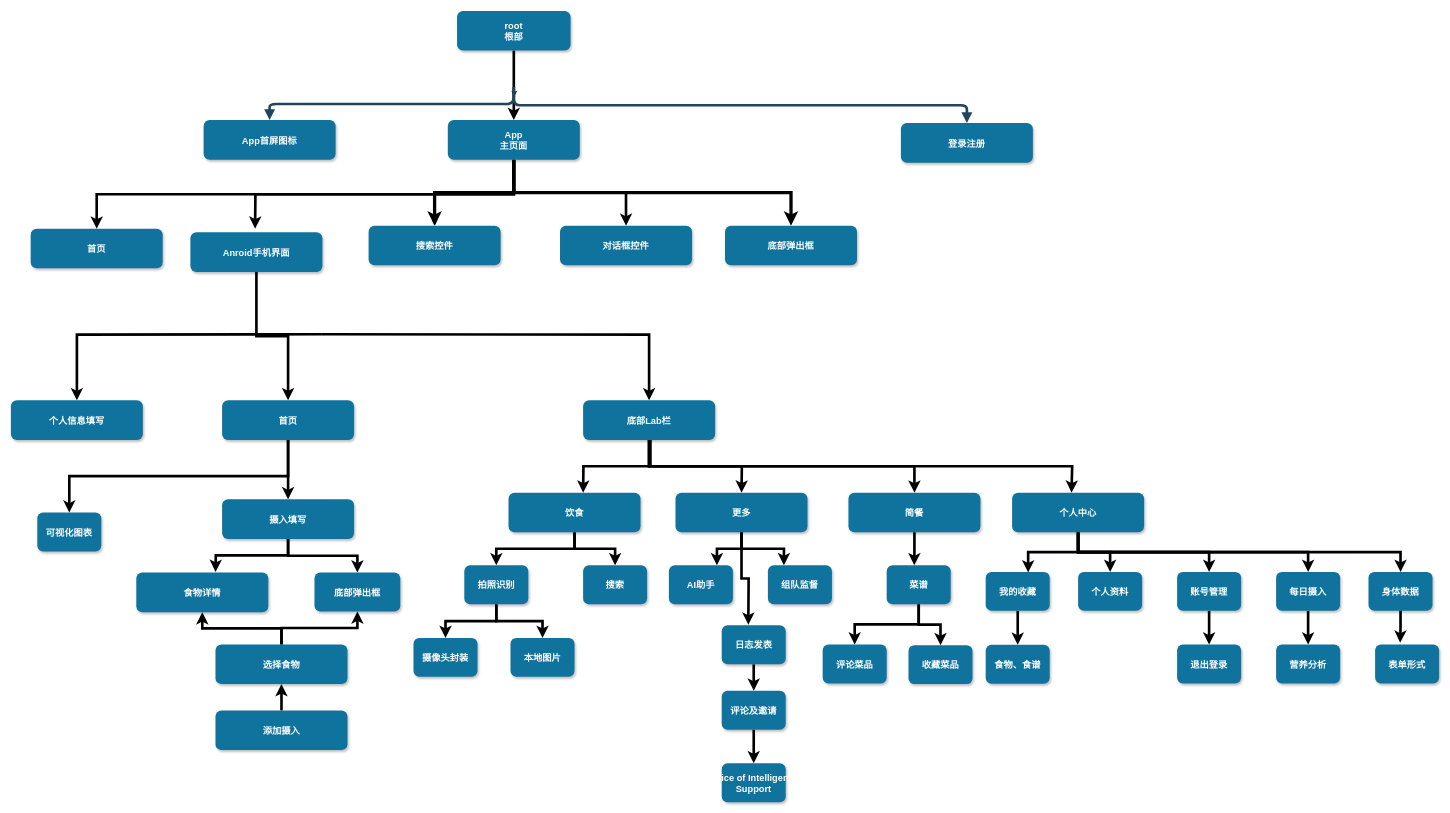
Above: 前端架构.drawio in wangXingRunning/wangXingRunning.github.io (draw.io), before the change. Source tidied: cells renumbered, new cells numbered last; positions are measured from the earlier drawing's top-left corner, leaving out a move shared by most shapes. Both pictures are drawn from the tidied source at 66%, with x=0, y=0 at pixel (11, 11).
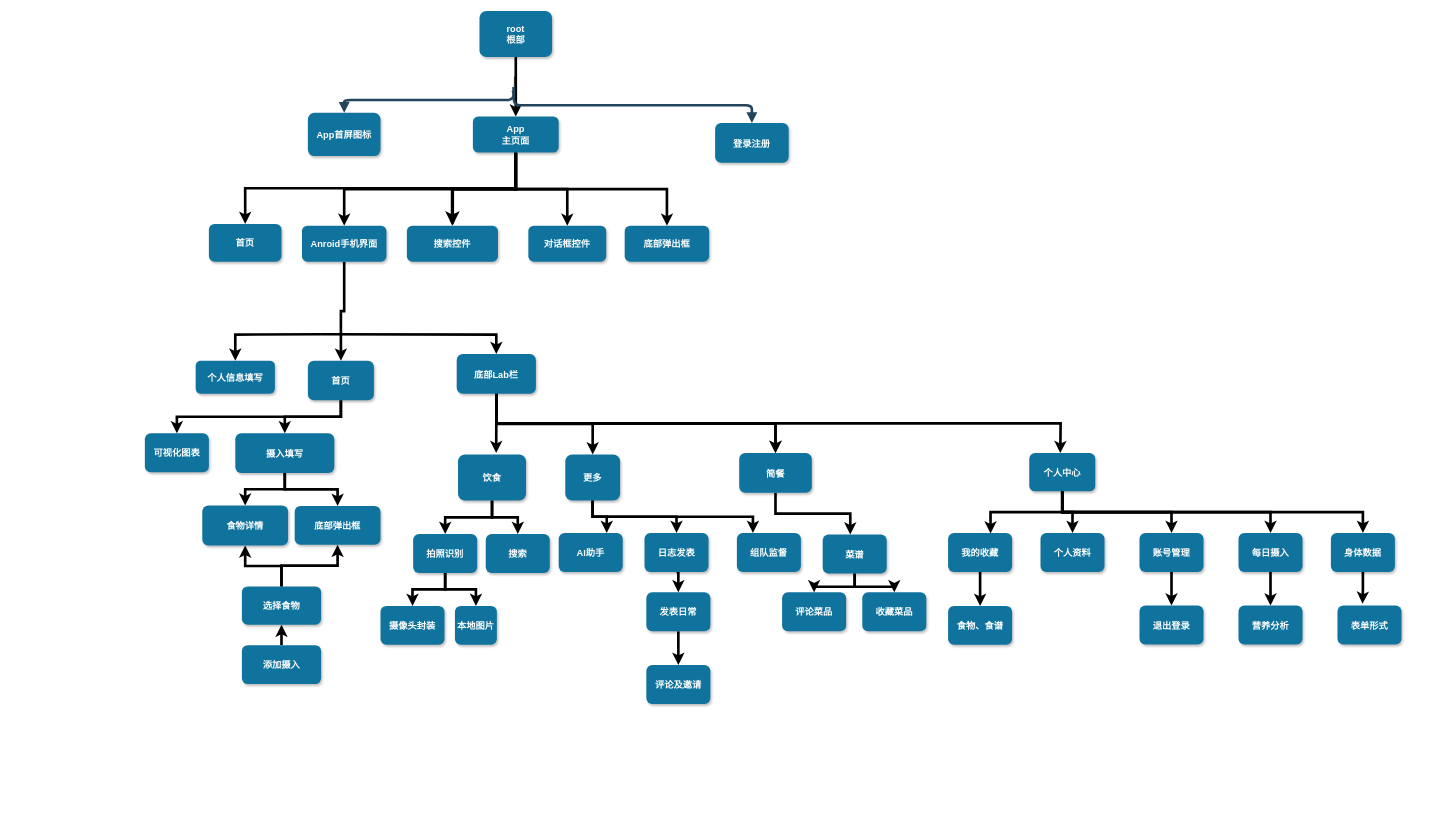
The same page after the edit.

Commit message (it also covers changes not shown here):
更新前端架构.drawio

The edit, as a diff of the source:
```diff
@@
     <mxCell id="4" value="root&#10;根部" style="rounded=1;fillColor=#10739E;strokeColor=none;shadow=1;gradientColor=none;fontStyle=1;fontColor=#FFFFFF;fontSize=14;" parent="1" vertex="1">
-      <mxGeometry x="676" width="172" height="60" as="geometry" />
+      <mxGeometry x="710" width="110" height="70" as="geometry" />
     </mxCell>
     <mxCell id="5" value="App首屏图标" style="rounded=1;fillColor=#10739E;strokeColor=none;shadow=1;gradientColor=none;fontStyle=1;fontColor=#FFFFFF;fontSize=14;" parent="1" vertex="1">
-      <mxGeometry x="292" y="165.5" width="200" height="60" as="geometry" />
+      <mxGeometry x="450" y="154.5" width="110" height="65.5" as="geometry" />
     </mxCell>
-    <mxCell id="6" style="edgeStyle=orthogonalEdgeStyle;rounded=0;jettySize=auto;html=1;exitX=0.5;exitY=1;exitDx=0;exitDy=0;strokeWidth=4;" parent="1" edge="1" source="12">
-      <mxGeometry relative="1" as="geometry">
-        <mxPoint x="370" y="330" as="targetPoint" />
-      </mxGeometry>
-    </mxCell>
@@
-    <mxCell id="8" style="edgeStyle=orthogonalEdgeStyle;rounded=0;jettySize=auto;html=1;exitX=0.5;exitY=1;exitDx=0;exitDy=0;entryX=0.5;entryY=0;entryDx=0;entryDy=0;strokeWidth=5;" parent="1" edge="1" source="12" target="20">
+    <mxCell id="8" style="edgeStyle=orthogonalEdgeStyle;rounded=0;jettySize=auto;html=1;exitX=0.5;exitY=1;exitDx=0;exitDy=0;entryX=0.5;entryY=0;entryDx=0;entryDy=0;strokeWidth=4;" parent="1" edge="1" source="12" target="20">
       <mxGeometry relative="1" as="geometry" />
     </mxCell>
@@
+    <mxCell id="93" style="edgeStyle=orthogonalEdgeStyle;rounded=0;jettySize=auto;html=1;exitX=0.5;exitY=1;exitDx=0;exitDy=0;entryX=0.5;entryY=0;entryDx=0;entryDy=0;strokeWidth=4;" parent="1" edge="1" source="12" target="15">
+      <mxGeometry relative="1" as="geometry" />
+    </mxCell>
     <mxCell id="12" value="App&#10;主页面" style="rounded=1;fillColor=#10739E;strokeColor=none;shadow=1;gradientColor=none;fontStyle=1;fontColor=#FFFFFF;fontSize=14;" parent="1" vertex="1">
-      <mxGeometry x="662" y="165.5" width="200" height="60" as="geometry" />
+      <mxGeometry x="700" y="160" width="130" height="54.5" as="geometry" />
     </mxCell>
     <mxCell id="13" value="登录注册" style="rounded=1;fillColor=#10739E;strokeColor=none;shadow=1;gradientColor=none;fontStyle=1;fontColor=#FFFFFF;fontSize=14;" parent="1" vertex="1">
-      <mxGeometry x="1348.5" y="170" width="200" height="60" as="geometry" />
+      <mxGeometry x="1067" y="170" width="111.5" height="60" as="geometry" />
     </mxCell>
@@
     <mxCell id="15" value="Anroid手机界面" style="rounded=1;fillColor=#10739E;strokeColor=none;shadow=1;gradientColor=none;fontStyle=1;fontColor=#FFFFFF;fontSize=14;" parent="1" vertex="1">
-      <mxGeometry x="272" y="335.5" width="200" height="60" as="geometry" />
+      <mxGeometry x="441" y="325.5" width="128" height="54.5" as="geometry" />
     </mxCell>
@@
     <mxCell id="18" value="搜索控件" style="rounded=1;fillColor=#10739E;strokeColor=none;shadow=1;gradientColor=none;fontStyle=1;fontColor=#FFFFFF;fontSize=14;" parent="1" vertex="1">
-      <mxGeometry x="542" y="325.5" width="200" height="60" as="geometry" />
+      <mxGeometry x="600" y="325.5" width="138" height="54.5" as="geometry" />
     </mxCell>
     <mxCell id="19" value="对话框控件" style="rounded=1;fillColor=#10739E;strokeColor=none;shadow=1;gradientColor=none;fontStyle=1;fontColor=#FFFFFF;fontSize=14;" parent="1" vertex="1">
-      <mxGeometry x="832" y="325.5" width="200" height="60" as="geometry" />
+      <mxGeometry x="784" y="325.5" width="118" height="54.5" as="geometry" />
     </mxCell>
     <mxCell id="20" value="底部弹出框" style="rounded=1;fillColor=#10739E;strokeColor=none;shadow=1;gradientColor=none;fontStyle=1;fontColor=#FFFFFF;fontSize=14;" parent="1" vertex="1">
-      <mxGeometry x="1082" y="325.5" width="200" height="60" as="geometry" />
+      <mxGeometry x="930" y="325.5" width="128" height="54.5" as="geometry" />
     </mxCell>
@@
     <mxCell id="23" value="首页" style="rounded=1;fillColor=#10739E;strokeColor=none;shadow=1;gradientColor=none;fontStyle=1;fontColor=#FFFFFF;fontSize=14;" parent="1" vertex="1">
-      <mxGeometry x="30" y="330" width="200" height="60" as="geometry" />
+      <mxGeometry x="300" y="322.8" width="110" height="57.2" as="geometry" />
     </mxCell>
     <mxCell id="24" value="个人信息填写" style="rounded=1;fillColor=#10739E;strokeColor=none;shadow=1;gradientColor=none;fontStyle=1;fontColor=#FFFFFF;fontSize=14;" parent="1" vertex="1">
-      <mxGeometry y="590" width="200" height="60" as="geometry" />
+      <mxGeometry x="280" y="530" width="120" height="50" as="geometry" />
     </mxCell>
@@
     <mxCell id="27" value="首页" style="rounded=1;fillColor=#10739E;strokeColor=none;shadow=1;gradientColor=none;fontStyle=1;fontColor=#FFFFFF;fontSize=14;" parent="1" vertex="1">
-      <mxGeometry x="320" y="590" width="200" height="60" as="geometry" />
+      <mxGeometry x="450" y="530" width="100" height="60" as="geometry" />
     </mxCell>
@@
-    <mxCell id="29" style="edgeStyle=orthogonalEdgeStyle;rounded=0;jettySize=auto;html=1;exitX=0.5;exitY=1;exitDx=0;exitDy=0;strokeWidth=4;" parent="1" edge="1" source="30">
-      <mxGeometry relative="1" as="geometry">
-        <mxPoint x="310" y="850" as="targetPoint" />
-      </mxGeometry>
+    <mxCell id="29" style="edgeStyle=orthogonalEdgeStyle;rounded=0;jettySize=auto;html=1;exitX=0.5;exitY=1;exitDx=0;exitDy=0;strokeWidth=4;entryX=0.5;entryY=0;entryDx=0;entryDy=0;" parent="1" edge="1" source="30" target="31">
+      <mxGeometry relative="1" as="geometry" />
     </mxCell>
     <mxCell id="30" value="摄入填写" style="rounded=1;fillColor=#10739E;strokeColor=none;shadow=1;gradientColor=none;fontStyle=1;fontColor=#FFFFFF;fontSize=14;" parent="1" vertex="1">
-      <mxGeometry x="320" y="740" width="200" height="60" as="geometry" />
+      <mxGeometry x="340" y="640" width="150" height="60" as="geometry" />
     </mxCell>
     <mxCell id="31" value="食物详情" style="rounded=1;fillColor=#10739E;strokeColor=none;shadow=1;gradientColor=none;fontStyle=1;fontColor=#FFFFFF;fontSize=14;" parent="1" vertex="1">
-      <mxGeometry x="190" y="851" width="200" height="60" as="geometry" />
+      <mxGeometry x="290" y="749.5" width="130" height="60.5" as="geometry" />
     </mxCell>
     <mxCell id="32" value="底部弹出框" style="rounded=1;fillColor=#10739E;strokeColor=none;shadow=1;gradientColor=none;fontStyle=1;fontColor=#FFFFFF;fontSize=14;" parent="1" vertex="1">
-      <mxGeometry x="460" y="851" width="130" height="59" as="geometry" />
+      <mxGeometry x="430" y="750" width="130" height="59" as="geometry" />
     </mxCell>
@@
     <mxCell id="34" value="添加摄入" style="rounded=1;fillColor=#10739E;strokeColor=none;shadow=1;gradientColor=none;fontStyle=1;fontColor=#FFFFFF;fontSize=14;" parent="1" vertex="1">
-      <mxGeometry x="310" y="1060" width="200" height="60" as="geometry" />
+      <mxGeometry x="350" y="961" width="120" height="59" as="geometry" />
     </mxCell>
@@
     <mxCell id="37" value="选择食物" style="rounded=1;fillColor=#10739E;strokeColor=none;shadow=1;gradientColor=none;fontStyle=1;fontColor=#FFFFFF;fontSize=14;" parent="1" vertex="1">
-      <mxGeometry x="310" y="960" width="200" height="60" as="geometry" />
+      <mxGeometry x="350" y="872" width="120" height="58" as="geometry" />
     </mxCell>
-    <mxCell id="38" style="edgeStyle=orthogonalEdgeStyle;rounded=0;jettySize=auto;html=1;exitX=0.5;exitY=1;exitDx=0;exitDy=0;strokeWidth=4;" parent="1" edge="1" source="42">
-      <mxGeometry relative="1" as="geometry">
-        <mxPoint x="867" y="730" as="targetPoint" />
-      </mxGeometry>
-    </mxCell>
-    <mxCell id="39" style="edgeStyle=orthogonalEdgeStyle;rounded=0;jettySize=auto;html=1;exitX=0.5;exitY=1;exitDx=0;exitDy=0;strokeWidth=4;" parent="1" edge="1" source="42">
-      <mxGeometry relative="1" as="geometry">
-        <mxPoint x="1107" y="730" as="targetPoint" />
-      </mxGeometry>
+    <mxCell id="39" style="edgeStyle=orthogonalEdgeStyle;rounded=0;jettySize=auto;html=1;exitX=0.5;exitY=1;exitDx=0;exitDy=0;strokeWidth=4;entryX=0.5;entryY=0;entryDx=0;entryDy=0;entryPerimeter=0;" parent="1" edge="1" source="42" target="49">
+      <mxGeometry relative="1" as="geometry" />
     </mxCell>
@@
-    <mxCell id="41" style="edgeStyle=orthogonalEdgeStyle;rounded=0;jettySize=auto;html=1;exitX=0.5;exitY=1;exitDx=0;exitDy=0;strokeWidth=4;" parent="1" edge="1" source="42">
-      <mxGeometry relative="1" as="geometry">
-        <mxPoint x="1607" y="730" as="targetPoint" />
-        <Array as="points">
-          <mxPoint x="969" y="690" />
-          <mxPoint x="1608" y="690" />
-          <mxPoint x="1608" y="730" />
-        </Array>
-      </mxGeometry>
-    </mxCell>
+    <mxCell id="94" style="edgeStyle=orthogonalEdgeStyle;rounded=0;jettySize=auto;html=1;exitX=0.5;exitY=1;exitDx=0;exitDy=0;strokeWidth=4;" parent="1" edge="1" source="42">
+      <mxGeometry relative="1" as="geometry">
+        <mxPoint x="735.3" y="670" as="targetPoint" />
+      </mxGeometry>
+    </mxCell>
+    <mxCell id="95" style="edgeStyle=orthogonalEdgeStyle;rounded=0;jettySize=auto;html=1;exitX=0.5;exitY=1;exitDx=0;exitDy=0;strokeWidth=4;" parent="1" edge="1" source="42">
+      <mxGeometry relative="1" as="geometry">
+        <mxPoint x="1590" y="670" as="targetPoint" />
+      </mxGeometry>
+    </mxCell>
     <mxCell id="42" value="底部Lab栏" style="rounded=1;fillColor=#10739E;strokeColor=none;shadow=1;gradientColor=none;fontStyle=1;fontColor=#FFFFFF;fontSize=14;" parent="1" vertex="1">
-      <mxGeometry x="867" y="590" width="200" height="60" as="geometry" />
+      <mxGeometry x="675.5" y="520" width="120" height="60" as="geometry" />
     </mxCell>
@@
     <mxCell id="45" value="饮食" style="rounded=1;fillColor=#10739E;strokeColor=none;shadow=1;gradientColor=none;fontStyle=1;fontColor=#FFFFFF;fontSize=14;" parent="1" vertex="1">
-      <mxGeometry x="754" y="730" width="200" height="60" as="geometry" />
+      <mxGeometry x="677.5" y="672" width="103" height="70" as="geometry" />
     </mxCell>
-    <mxCell id="46" style="edgeStyle=orthogonalEdgeStyle;rounded=0;jettySize=auto;html=1;exitX=0.5;exitY=1;exitDx=0;exitDy=0;strokeWidth=4;" parent="1" edge="1" source="49">
-      <mxGeometry relative="1" as="geometry">
-        <mxPoint x="1117.3" y="930" as="targetPoint" />
-      </mxGeometry>
-    </mxCell>
@@
+    <mxCell id="96" style="edgeStyle=orthogonalEdgeStyle;rounded=0;jettySize=auto;html=1;exitX=0.5;exitY=1;exitDx=0;exitDy=0;entryX=0.5;entryY=0;entryDx=0;entryDy=0;strokeWidth=4;" parent="1" edge="1" source="49" target="65">
+      <mxGeometry relative="1" as="geometry" />
+    </mxCell>
     <mxCell id="49" value="更多" style="rounded=1;fillColor=#10739E;strokeColor=none;shadow=1;gradientColor=none;fontStyle=1;fontColor=#FFFFFF;fontSize=14;" parent="1" vertex="1">
-      <mxGeometry x="1007" y="730" width="200" height="60" as="geometry" />
+      <mxGeometry x="840" y="672" width="83" height="70" as="geometry" />
     </mxCell>
-    <mxCell id="50" value="简餐" style="rounded=1;fillColor=#10739E;strokeColor=none;shadow=1;gradientColor=none;fontStyle=1;fontColor=#FFFFFF;fontSize=14;" parent="1" vertex="1">
-      <mxGeometry x="1269" y="730" width="200" height="60" as="geometry" />
-    </mxCell>
@@
     <mxCell id="55" value="个人中心" style="rounded=1;fillColor=#10739E;strokeColor=none;shadow=1;gradientColor=none;fontStyle=1;fontColor=#FFFFFF;fontSize=14;" parent="1" vertex="1">
-      <mxGeometry x="1517" y="730" width="200" height="60" as="geometry" />
+      <mxGeometry x="1543" y="670" width="100" height="58" as="geometry" />
     </mxCell>
@@
     <mxCell id="60" value="拍照识别" style="rounded=1;fillColor=#10739E;strokeColor=none;shadow=1;gradientColor=none;fontStyle=1;fontColor=#FFFFFF;fontSize=14;" parent="1" vertex="1">
-      <mxGeometry x="687" y="840" width="97" height="59" as="geometry" />
+      <mxGeometry x="609.5" y="792.5" width="97" height="59" as="geometry" />
     </mxCell>
     <mxCell id="61" value="搜索" style="rounded=1;fillColor=#10739E;strokeColor=none;shadow=1;gradientColor=none;fontStyle=1;fontColor=#FFFFFF;fontSize=14;" parent="1" vertex="1">
-      <mxGeometry x="867" y="840" width="97" height="59" as="geometry" />
+      <mxGeometry x="719.5" y="792.5" width="97" height="59" as="geometry" />
     </mxCell>
     <mxCell id="62" value="本地图片" style="rounded=1;fillColor=#10739E;strokeColor=none;shadow=1;gradientColor=none;fontStyle=1;fontColor=#FFFFFF;fontSize=14;" parent="1" vertex="1">
-      <mxGeometry x="757" y="950" width="97" height="59" as="geometry" />
+      <mxGeometry x="672.8" y="901.5" width="63.5" height="59" as="geometry" />
     </mxCell>
     <mxCell id="63" value="摄像头封装" style="rounded=1;fillColor=#10739E;strokeColor=none;shadow=1;gradientColor=none;fontStyle=1;fontColor=#FFFFFF;fontSize=14;" parent="1" vertex="1">
-      <mxGeometry x="610" y="950" width="97" height="59" as="geometry" />
+      <mxGeometry x="560" y="901.5" width="97" height="59" as="geometry" />
     </mxCell>
@@
     <mxCell id="65" value="日志发表" style="rounded=1;fillColor=#10739E;strokeColor=none;shadow=1;gradientColor=none;fontStyle=1;fontColor=#FFFFFF;fontSize=14;" parent="1" vertex="1">
-      <mxGeometry x="1077" y="931" width="97" height="59" as="geometry" />
+      <mxGeometry x="960" y="791" width="97" height="59" as="geometry" />
     </mxCell>
     <mxCell id="66" value="AI助手" style="rounded=1;fillColor=#10739E;strokeColor=none;shadow=1;gradientColor=none;fontStyle=1;fontColor=#FFFFFF;fontSize=14;" parent="1" vertex="1">
-      <mxGeometry x="997" y="840" width="97" height="59" as="geometry" />
+      <mxGeometry x="830" y="791" width="97" height="59" as="geometry" />
     </mxCell>
     <mxCell id="67" value="组队监督" style="rounded=1;fillColor=#10739E;strokeColor=none;shadow=1;gradientColor=none;fontStyle=1;fontColor=#FFFFFF;fontSize=14;" parent="1" vertex="1">
-      <mxGeometry x="1147" y="840" width="97" height="59" as="geometry" />
+      <mxGeometry x="1100" y="791" width="97" height="59" as="geometry" />
     </mxCell>
-    <mxCell id="68" value="Office of Intelligence &#10;Support" style="rounded=1;fillColor=#10739E;strokeColor=none;shadow=1;gradientColor=none;fontStyle=1;fontColor=#FFFFFF;fontSize=14;" parent="1" vertex="1">
-      <mxGeometry x="1077" y="1140" width="97" height="59" as="geometry" />
+    <mxCell id="68" value="评论及邀请" style="rounded=1;fillColor=#10739E;strokeColor=none;shadow=1;gradientColor=none;fontStyle=1;fontColor=#FFFFFF;fontSize=14;" parent="1" vertex="1">
+      <mxGeometry x="962.8" y="991" width="97" height="59" as="geometry" />
     </mxCell>
@@
-    <mxCell id="70" value="评论及邀请" style="rounded=1;fillColor=#10739E;strokeColor=none;shadow=1;gradientColor=none;fontStyle=1;fontColor=#FFFFFF;fontSize=14;" parent="1" vertex="1">
-      <mxGeometry x="1077" y="1030" width="97" height="59" as="geometry" />
+    <mxCell id="70" value="发表日常" style="rounded=1;fillColor=#10739E;strokeColor=none;shadow=1;gradientColor=none;fontStyle=1;fontColor=#FFFFFF;fontSize=14;" parent="1" vertex="1">
+      <mxGeometry x="962.8" y="881" width="97" height="59" as="geometry" />
     </mxCell>
@@
     <mxCell id="73" value="菜谱" style="rounded=1;fillColor=#10739E;strokeColor=none;shadow=1;gradientColor=none;fontStyle=1;fontColor=#FFFFFF;fontSize=14;" parent="1" vertex="1">
-      <mxGeometry x="1327" y="840" width="97" height="59" as="geometry" />
+      <mxGeometry x="1230" y="793.5" width="97" height="59" as="geometry" />
     </mxCell>
     <mxCell id="74" value="收藏菜品" style="rounded=1;fillColor=#10739E;strokeColor=none;shadow=1;gradientColor=none;fontStyle=1;fontColor=#FFFFFF;fontSize=14;" parent="1" vertex="1">
-      <mxGeometry x="1360" y="961" width="97" height="59" as="geometry" />
+      <mxGeometry x="1290" y="881" width="97" height="59" as="geometry" />
     </mxCell>
     <mxCell id="75" value="评论菜品" style="rounded=1;fillColor=#10739E;strokeColor=none;shadow=1;gradientColor=none;fontStyle=1;fontColor=#FFFFFF;fontSize=14;" parent="1" vertex="1">
-      <mxGeometry x="1230" y="960" width="97" height="59" as="geometry" />
+      <mxGeometry x="1168.5" y="881" width="97" height="59" as="geometry" />
     </mxCell>
@@
     <mxCell id="78" value="每日摄入" style="rounded=1;fillColor=#10739E;strokeColor=none;shadow=1;gradientColor=none;fontStyle=1;fontColor=#FFFFFF;fontSize=14;" parent="1" vertex="1">
-      <mxGeometry x="1917" y="850" width="97" height="59" as="geometry" />
+      <mxGeometry x="1860" y="791" width="97" height="59" as="geometry" />
     </mxCell>
@@
     <mxCell id="80" value="账号管理" style="rounded=1;fillColor=#10739E;strokeColor=none;shadow=1;gradientColor=none;fontStyle=1;fontColor=#FFFFFF;fontSize=14;" parent="1" vertex="1">
-      <mxGeometry x="1767" y="850" width="97" height="59" as="geometry" />
+      <mxGeometry x="1710" y="791" width="97" height="59" as="geometry" />
     </mxCell>
     <mxCell id="81" value="个人资料" style="rounded=1;fillColor=#10739E;strokeColor=none;shadow=1;gradientColor=none;fontStyle=1;fontColor=#FFFFFF;fontSize=14;" parent="1" vertex="1">
-      <mxGeometry x="1617" y="850" width="97" height="59" as="geometry" />
+      <mxGeometry x="1560" y="791" width="97" height="59" as="geometry" />
     </mxCell>
@@
     <mxCell id="83" value="我的收藏" style="rounded=1;fillColor=#10739E;strokeColor=none;shadow=1;gradientColor=none;fontStyle=1;fontColor=#FFFFFF;fontSize=14;" parent="1" vertex="1">
-      <mxGeometry x="1477" y="850" width="97" height="59" as="geometry" />
+      <mxGeometry x="1420" y="791" width="97" height="59" as="geometry" />
     </mxCell>
@@
     <mxCell id="85" value="身体数据" style="rounded=1;fillColor=#10739E;strokeColor=none;shadow=1;gradientColor=none;fontStyle=1;fontColor=#FFFFFF;fontSize=14;" parent="1" vertex="1">
-      <mxGeometry x="2057" y="850" width="97" height="59" as="geometry" />
+      <mxGeometry x="2000" y="791" width="97" height="59" as="geometry" />
     </mxCell>
     <mxCell id="86" value="食物、食谱" style="rounded=1;fillColor=#10739E;strokeColor=none;shadow=1;gradientColor=none;fontStyle=1;fontColor=#FFFFFF;fontSize=14;" parent="1" vertex="1">
-      <mxGeometry x="1477" y="960.5" width="97" height="59" as="geometry" />
+      <mxGeometry x="1420" y="901.5" width="97" height="59" as="geometry" />
     </mxCell>
     <mxCell id="87" value="退出登录" style="rounded=1;fillColor=#10739E;strokeColor=none;shadow=1;gradientColor=none;fontStyle=1;fontColor=#FFFFFF;fontSize=14;" parent="1" vertex="1">
-      <mxGeometry x="1767" y="960" width="97" height="59" as="geometry" />
+      <mxGeometry x="1710" y="901" width="97" height="59" as="geometry" />
     </mxCell>
     <mxCell id="88" value="营养分析" style="rounded=1;fillColor=#10739E;strokeColor=none;shadow=1;gradientColor=none;fontStyle=1;fontColor=#FFFFFF;fontSize=14;" parent="1" vertex="1">
-      <mxGeometry x="1917" y="960" width="97" height="59" as="geometry" />
+      <mxGeometry x="1860" y="901" width="97" height="59" as="geometry" />
     </mxCell>
     <mxCell id="89" value="表单形式" style="rounded=1;fillColor=#10739E;strokeColor=none;shadow=1;gradientColor=none;fontStyle=1;fontColor=#FFFFFF;fontSize=14;" parent="1" vertex="1">
-      <mxGeometry x="2067" y="960" width="97" height="59" as="geometry" />
+      <mxGeometry x="2010" y="901" width="97" height="59" as="geometry" />
     </mxCell>
@@
     <mxCell id="91" value="可视化图表" style="rounded=1;fillColor=#10739E;strokeColor=none;shadow=1;gradientColor=none;fontStyle=1;fontColor=#FFFFFF;fontSize=14;" parent="1" vertex="1">
-      <mxGeometry x="40" y="760" width="97" height="59" as="geometry" />
+      <mxGeometry x="203" y="640" width="97" height="59" as="geometry" />
     </mxCell>
@@
+    <mxCell id="97" style="edgeStyle=orthogonalEdgeStyle;rounded=0;jettySize=auto;html=1;exitX=0.5;exitY=1;exitDx=0;exitDy=0;strokeWidth=4;" parent="1" edge="1" source="42" target="50">
+      <mxGeometry relative="1" as="geometry" />
+    </mxCell>
+    <mxCell id="50" value="简餐" style="rounded=1;fillColor=#10739E;strokeColor=none;shadow=1;gradientColor=none;fontStyle=1;fontColor=#FFFFFF;fontSize=14;" parent="1" vertex="1">
+      <mxGeometry x="1103.5" y="670" width="110" height="60" as="geometry" />
+    </mxCell>
```
